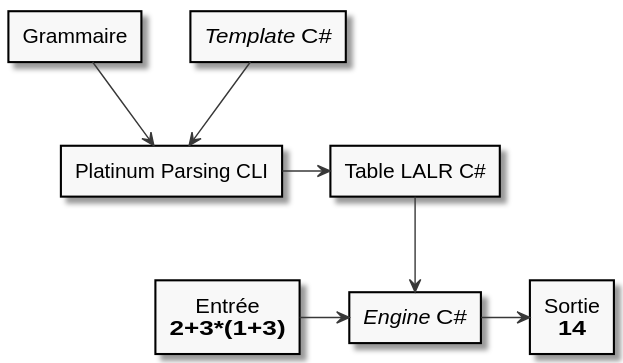
Earlier version of the PlantUML export extra-doc/presentations/exemple-pipeline.svg (chlablak/platinum-parsing). Its source is kept beside it as res/diagrams/misc/exemple-pipeline.plantuml.
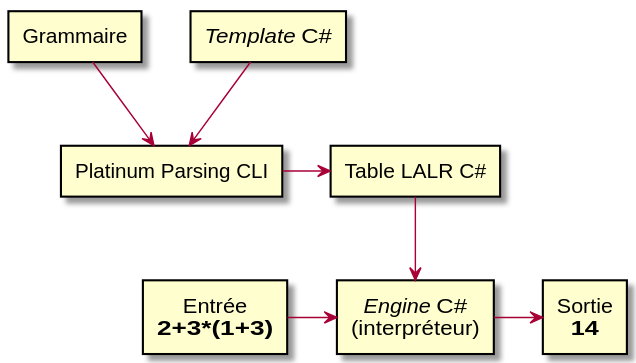
Later version of the same file.

Diff of the diagram source:
```diff
@@ -1,13 +1,11 @@
 @startuml
-
-skinparam monochrome true
 
 rectangle "Grammaire" as grammar
 rectangle "Entrée\n<b>2+3*(1+3)</b>" as input
 rectangle "<i>Template</i> C#" as template
 rectangle "Table LALR C#" as table
 rectangle "Platinum Parsing CLI" as cli
-rectangle "<i>Engine</i> C#" as engine
+rectangle "<i>Engine</i> C#\n(interpréteur)" as engine
 rectangle "Sortie\n<b>14</b>" as output
 
 grammar --> cli
```
